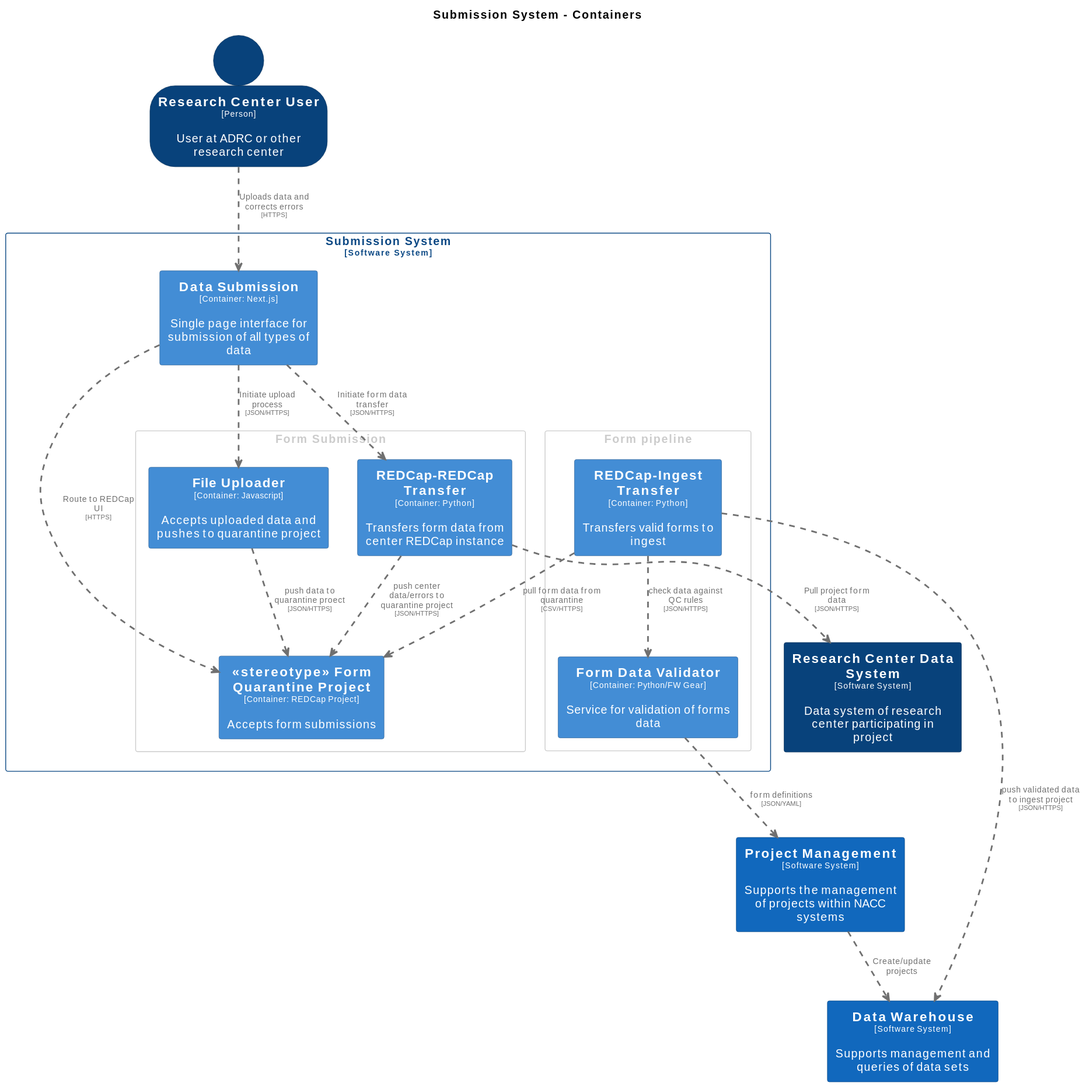
Earlier version of the PlantUML export docs/images/structurizr-SubmissionContainers.svg (naccdata/system-design).
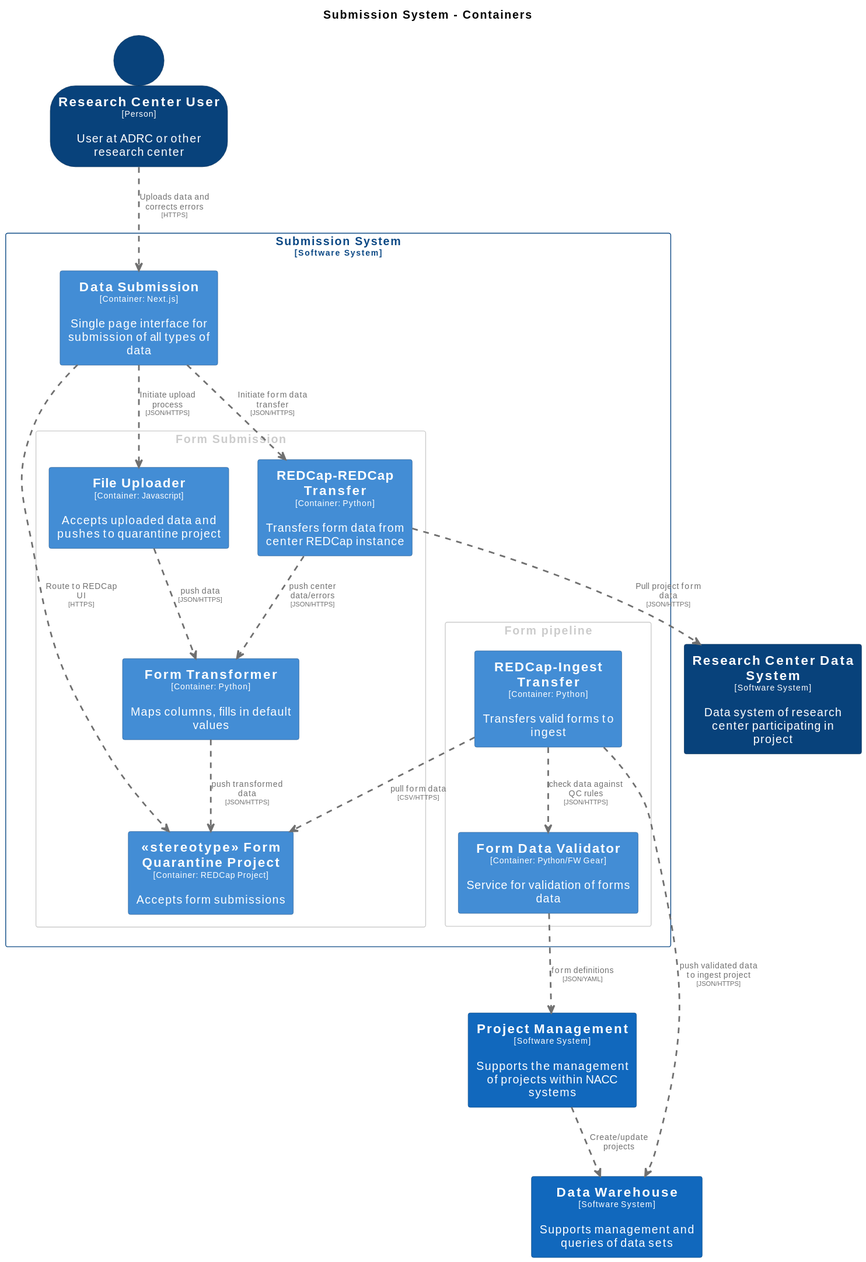
After the change.

The edit, as a diff of the source:
```diff
@@ -35,6 +35,11 @@
   BorderColor #2e6295
 }
 skinparam rectangle<<SubmissionSystem.FormDataValidator>> {
+  BackgroundColor #438dd5
+  FontColor #ffffff
+  BorderColor #2e6295
+}
+skinparam rectangle<<SubmissionSystem.FormTransformer>> {
   BackgroundColor #438dd5
   FontColor #ffffff
   BorderColor #2e6295
@@ -79,6 +84,7 @@
     skinparam RectangleFontColor<<group1>> #cccccc
 
     rectangle "==<<stereotype>> Form Quarantine Project\n<size:10>[Container: REDCap Project]</size>\n\nAccepts form submissions" <<SubmissionSystem.stereotypeFormQuarantineProject>> as SubmissionSystem.stereotypeFormQuarantineProject
+    rectangle "==Form Transformer\n<size:10>[Container: Python]</size>\n\nMaps columns, fills in default values" <<SubmissionSystem.FormTransformer>> as SubmissionSystem.FormTransformer
     rectangle "==REDCap-REDCap Transfer\n<size:10>[Container: Python]</size>\n\nTransfers form data from center REDCap instance" <<SubmissionSystem.REDCapREDCapTransfer>> as SubmissionSystem.REDCapREDCapTransfer
     rectangle "==File Uploader\n<size:10>[Container: Javascript]</size>\n\nAccepts uploaded data and pushes to quarantine project" <<SubmissionSystem.FileUploader>> as SubmissionSystem.FileUploader
   }
@@ -100,9 +106,10 @@
 SubmissionSystem.FormDataValidator .[#707070,thickness=2].> ProjectManagement : "<color:#707070>form definitions\n<color:#707070><size:8>[JSON/YAML]</size>"
 SubmissionSystem.REDCapIngestTransfer .[#707070,thickness=2].> SubmissionSystem.FormDataValidator : "<color:#707070>check data against QC rules\n<color:#707070><size:8>[JSON/HTTPS]</size>"
 SubmissionSystem.REDCapIngestTransfer .[#707070,thickness=2].> DataWarehouse : "<color:#707070>push validated data to ingest project\n<color:#707070><size:8>[JSON/HTTPS]</size>"
-SubmissionSystem.REDCapIngestTransfer .[#707070,thickness=2].> SubmissionSystem.stereotypeFormQuarantineProject : "<color:#707070>pull form data from quarantine\n<color:#707070><size:8>[CSV/HTTPS]</size>"
-SubmissionSystem.REDCapREDCapTransfer .[#707070,thickness=2].> SubmissionSystem.stereotypeFormQuarantineProject : "<color:#707070>push center data/errors to quarantine project\n<color:#707070><size:8>[JSON/HTTPS]</size>"
-SubmissionSystem.FileUploader .[#707070,thickness=2].> SubmissionSystem.stereotypeFormQuarantineProject : "<color:#707070>push data to quarantine proect\n<color:#707070><size:8>[JSON/HTTPS]</size>"
+SubmissionSystem.FormTransformer .[#707070,thickness=2].> SubmissionSystem.stereotypeFormQuarantineProject : "<color:#707070>push transformed data\n<color:#707070><size:8>[JSON/HTTPS]</size>"
+SubmissionSystem.REDCapIngestTransfer .[#707070,thickness=2].> SubmissionSystem.stereotypeFormQuarantineProject : "<color:#707070>pull form data\n<color:#707070><size:8>[CSV/HTTPS]</size>"
+SubmissionSystem.REDCapREDCapTransfer .[#707070,thickness=2].> SubmissionSystem.FormTransformer : "<color:#707070>push center data/errors\n<color:#707070><size:8>[JSON/HTTPS]</size>"
+SubmissionSystem.FileUploader .[#707070,thickness=2].> SubmissionSystem.FormTransformer : "<color:#707070>push data\n<color:#707070><size:8>[JSON/HTTPS]</size>"
 SubmissionSystem.DataSubmission .[#707070,thickness=2].> SubmissionSystem.REDCapREDCapTransfer : "<color:#707070>Initiate form data transfer\n<color:#707070><size:8>[JSON/HTTPS]</size>"
 SubmissionSystem.DataSubmission .[#707070,thickness=2].> SubmissionSystem.stereotypeFormQuarantineProject : "<color:#707070>Route to REDCap UI\n<color:#707070><size:8>[HTTPS]</size>"
 SubmissionSystem.DataSubmission .[#707070,thickness=2].> SubmissionSystem.FileUploader : "<color:#707070>Initiate upload process\n<color:#707070><size:8>[JSON/HTTPS]</size>"
```
